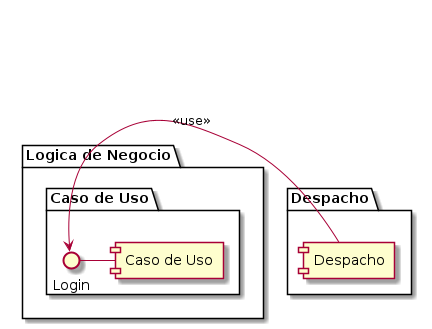
This is diagramas/componentes/componente_despacho.png from diegosanchez/invap-modulo-uml, a PlantUML export, as it was before one commit.
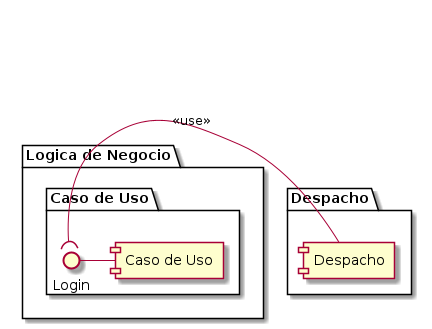
The same diagram one commit later.

Commit message:
Componentes actualizados

What changed in the source:
```diff
@@ -16,6 +16,6 @@
 }
 
 
-[ $Dispatch ] -> Login: "<<use>>"
+[ $Dispatch ] -( Login: "<<use>>"
 
 @enduml
```
